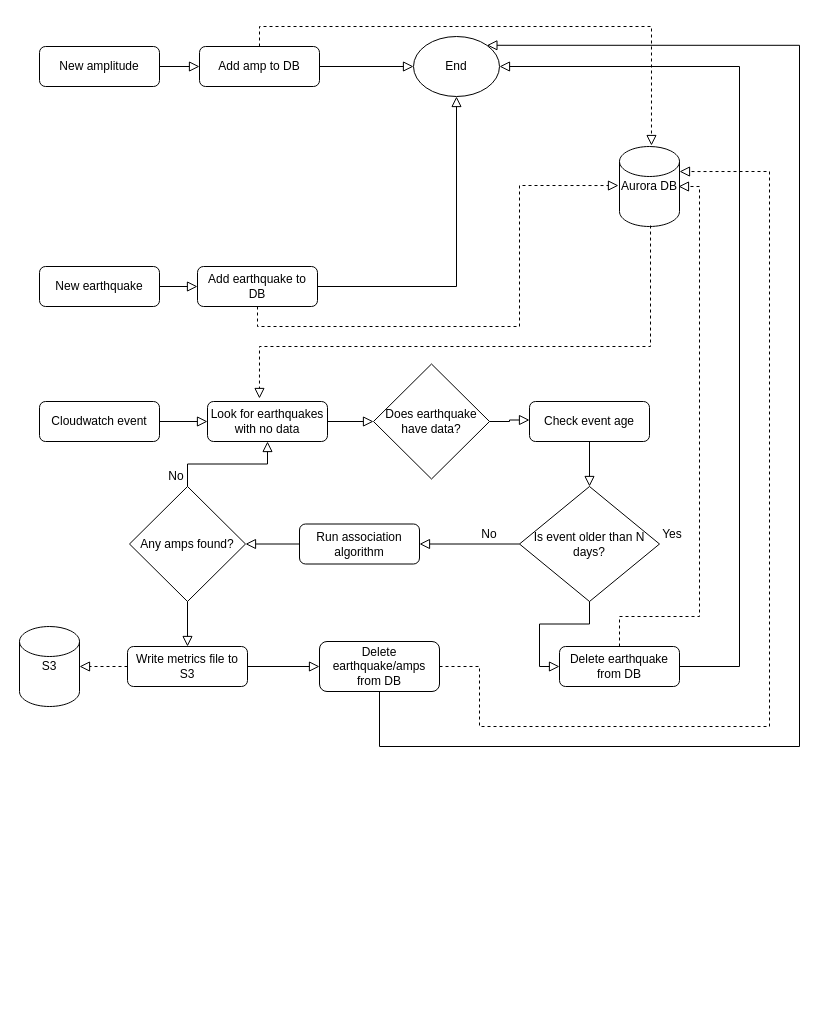
mhearne-usgs/shakemap_aws_queue keeps this draw.io diagram as amps_flowchart.drawio. Above is the earlier version. Source tidied: cells renumbered, new cells numbered last; positions are measured from the earlier drawing's top-left corner, leaving out a move shared by most shapes. Both pictures are drawn from the tidied source at 100%, with x=0, y=0 at pixel (19, 36).
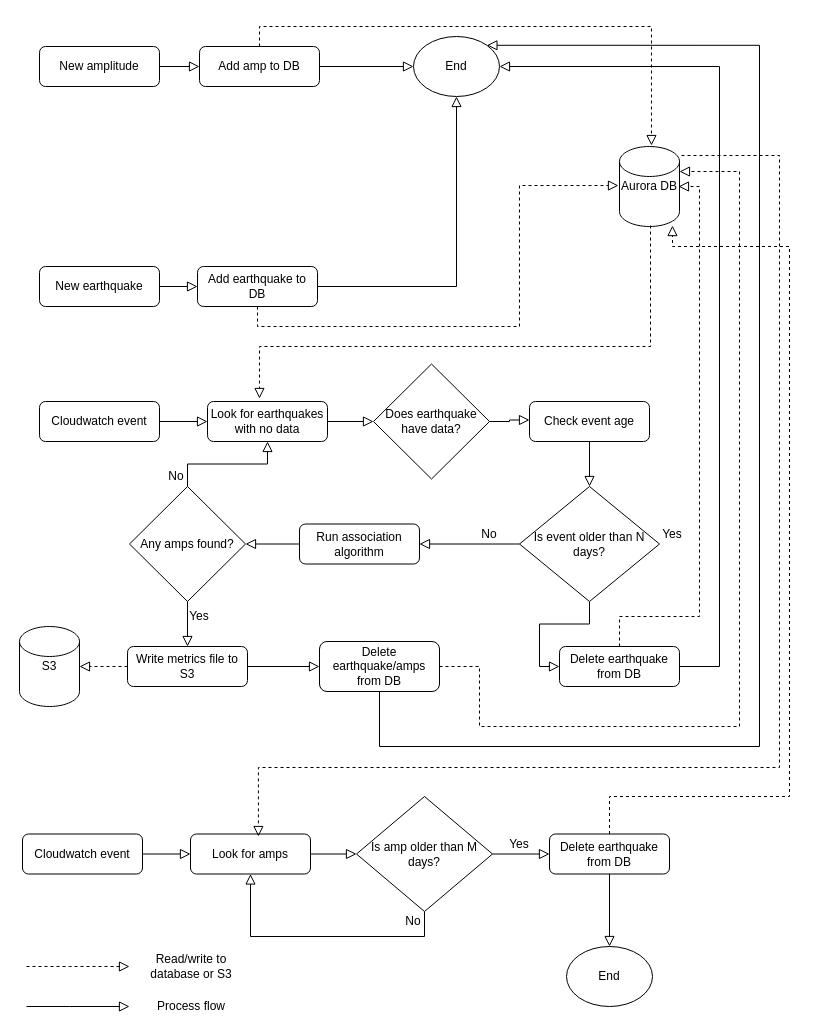
The same diagram, later.

The change refers to these unchanged cells:
```xml
<mxCell id="6" value="Aurora DB" style="shape=cylinder2;whiteSpace=wrap;html=1;boundedLbl=1;backgroundOutline=1;size=15;" parent="1" vertex="1">
  <mxGeometry x="600" y="110" width="60" height="80" as="geometry" />
</mxCell>
<mxCell id="8" value="End" style="ellipse;whiteSpace=wrap;html=1;" parent="1" vertex="1">
  <mxGeometry x="394" width="86" height="60" as="geometry" />
</mxCell>
<mxCell id="25" value="Delete earthquake from DB" style="rounded=1;whiteSpace=wrap;html=1;fontSize=12;glass=0;strokeWidth=1;shadow=0;" parent="1" vertex="1">
  <mxGeometry x="540" y="610" width="120" height="40" as="geometry" />
</mxCell>
<mxCell id="42" value="Delete earthquake/amps from DB" style="rounded=1;whiteSpace=wrap;html=1;fontSize=12;glass=0;strokeWidth=1;shadow=0;" parent="1" vertex="1">
  <mxGeometry x="300" y="605" width="120" height="50" as="geometry" />
</mxCell>
```

The edit, as a diff of the source:
```diff
@@
     <mxCell id="28" style="rounded=0;html=1;jettySize=auto;fontSize=11;endArrow=block;endFill=0;endSize=8;strokeWidth=1;shadow=0;labelBackgroundColor=none;edgeStyle=orthogonalEdgeStyle;entryX=1;entryY=0.5;entryDx=0;entryDy=0;exitX=1;exitY=0.5;exitDx=0;exitDy=0;" parent="1" edge="1" source="25" target="8">
       <mxGeometry relative="1" as="geometry">
         <Array as="points">
-          <mxPoint x="720" y="630" />
-          <mxPoint x="720" y="30" />
+          <mxPoint x="700" y="630" />
+          <mxPoint x="700" y="30" />
         </Array>
       </mxGeometry>
     </mxCell>
@@
     <mxCell id="43" style="edgeStyle=orthogonalEdgeStyle;rounded=0;html=1;jettySize=auto;fontSize=11;endArrow=block;endFill=0;endSize=8;strokeWidth=1;shadow=0;labelBackgroundColor=none;dashed=1;exitX=1;exitY=0.5;exitDx=0;exitDy=0;entryX=1;entryY=0.313;entryDx=0;entryDy=0;entryPerimeter=0;" parent="1" edge="1" source="42" target="6">
       <mxGeometry y="10" relative="1" as="geometry">
         <Array as="points">
           <mxPoint x="460" y="630" />
           <mxPoint x="460" y="690" />
-          <mxPoint x="750" y="690" />
-          <mxPoint x="750" y="135" />
+          <mxPoint x="720" y="690" />
+          <mxPoint x="720" y="135" />
         </Array>
       </mxGeometry>
     </mxCell>
     <mxCell id="44" style="rounded=0;html=1;jettySize=auto;fontSize=11;endArrow=block;endFill=0;endSize=8;strokeWidth=1;shadow=0;labelBackgroundColor=none;edgeStyle=orthogonalEdgeStyle;exitX=0.5;exitY=1;exitDx=0;exitDy=0;entryX=1;entryY=0;entryDx=0;entryDy=0;" parent="1" edge="1" source="42" target="8">
       <mxGeometry relative="1" as="geometry">
         <Array as="points">
           <mxPoint x="360" y="710" />
-          <mxPoint x="780" y="710" />
-          <mxPoint x="780" y="9" />
+          <mxPoint x="740" y="710" />
+          <mxPoint x="740" y="9" />
         </Array>
       </mxGeometry>
     </mxCell>
+    <mxCell id="45" style="group;" parent="1" vertex="1">
+      <mxGeometry x="50" y="920" width="167" height="60" as="geometry" />
+    </mxCell>
+    <mxCell id="46" style="edgeStyle=orthogonalEdgeStyle;rounded=0;html=1;jettySize=auto;orthogonalLoop=1;fontSize=11;endArrow=block;endFill=0;endSize=8;strokeWidth=1;shadow=0;labelBackgroundColor=none;dashed=1;" parent="45" edge="1">
+      <mxGeometry y="10" relative="1" as="geometry">
+        <mxPoint x="-43" y="10" as="sourcePoint" />
+        <mxPoint x="60" y="10" as="targetPoint" />
+        <Array as="points">
+          <mxPoint y="10" />
+        </Array>
+      </mxGeometry>
+    </mxCell>
+    <mxCell id="47" value="Read/write to database or S3" style="text;html=1;strokeColor=none;fillColor=none;align=center;verticalAlign=middle;whiteSpace=wrap;rounded=0;" parent="45" vertex="1">
+      <mxGeometry x="77" width="90" height="20" as="geometry" />
+    </mxCell>
+    <mxCell id="48" style="edgeStyle=orthogonalEdgeStyle;rounded=0;html=1;jettySize=auto;orthogonalLoop=1;fontSize=11;endArrow=block;endFill=0;endSize=8;strokeWidth=1;shadow=0;labelBackgroundColor=none;" parent="45" edge="1">
+      <mxGeometry y="10" relative="1" as="geometry">
+        <mxPoint x="-43" y="50" as="sourcePoint" />
+        <mxPoint x="60" y="50" as="targetPoint" />
+        <Array as="points">
+          <mxPoint y="50" />
+        </Array>
+      </mxGeometry>
+    </mxCell>
+    <mxCell id="49" value="Process flow" style="text;html=1;strokeColor=none;fillColor=none;align=center;verticalAlign=middle;whiteSpace=wrap;rounded=0;" parent="45" vertex="1">
+      <mxGeometry x="77" y="40" width="90" height="20" as="geometry" />
+    </mxCell>
+    <mxCell id="50" value="Cloudwatch event" style="rounded=1;whiteSpace=wrap;html=1;fontSize=12;glass=0;strokeWidth=1;shadow=0;" parent="1" vertex="1">
+      <mxGeometry x="3" y="797.5" width="120" height="40" as="geometry" />
+    </mxCell>
+    <mxCell id="51" style="rounded=0;html=1;jettySize=auto;fontSize=11;endArrow=block;endFill=0;endSize=8;strokeWidth=1;shadow=0;labelBackgroundColor=none;edgeStyle=orthogonalEdgeStyle;exitX=1;exitY=0.5;exitDx=0;exitDy=0;entryX=0;entryY=0.5;entryDx=0;entryDy=0;" parent="1" edge="1" source="50" target="52">
+      <mxGeometry relative="1" as="geometry" />
+    </mxCell>
+    <mxCell id="52" value="Look for amps" style="rounded=1;whiteSpace=wrap;html=1;fontSize=12;glass=0;strokeWidth=1;shadow=0;" parent="1" vertex="1">
+      <mxGeometry x="171" y="797.5" width="120" height="40" as="geometry" />
+    </mxCell>
+    <mxCell id="53" value="Is amp older than M days?" style="rhombus;whiteSpace=wrap;html=1;" parent="1" vertex="1">
+      <mxGeometry x="337" y="760" width="136" height="115" as="geometry" />
+    </mxCell>
+    <mxCell id="54" style="rounded=0;html=1;jettySize=auto;fontSize=11;endArrow=block;endFill=0;endSize=8;strokeWidth=1;shadow=0;labelBackgroundColor=none;edgeStyle=orthogonalEdgeStyle;exitX=1;exitY=0.5;exitDx=0;exitDy=0;entryX=0;entryY=0.5;entryDx=0;entryDy=0;" parent="1" edge="1" source="52" target="53">
+      <mxGeometry relative="1" as="geometry" />
+    </mxCell>
+    <mxCell id="55" style="rounded=0;html=1;jettySize=auto;fontSize=11;endArrow=block;endFill=0;endSize=8;strokeWidth=1;shadow=0;labelBackgroundColor=none;edgeStyle=orthogonalEdgeStyle;entryX=0.566;entryY=0.063;entryDx=0;entryDy=0;entryPerimeter=0;dashed=1;exitX=1.033;exitY=0.113;exitDx=0;exitDy=0;exitPerimeter=0;" parent="1" edge="1" source="6" target="52">
+      <mxGeometry relative="1" as="geometry">
+        <Array as="points">
+          <mxPoint x="760" y="119" />
+          <mxPoint x="760" y="731" />
+          <mxPoint x="239" y="731" />
+        </Array>
+      </mxGeometry>
+    </mxCell>
+    <mxCell id="56" style="rounded=0;html=1;jettySize=auto;fontSize=11;endArrow=block;endFill=0;endSize=8;strokeWidth=1;shadow=0;labelBackgroundColor=none;edgeStyle=orthogonalEdgeStyle;exitX=1;exitY=0.5;exitDx=0;exitDy=0;entryX=0;entryY=0.5;entryDx=0;entryDy=0;" parent="1" edge="1" source="53" target="59">
+      <mxGeometry relative="1" as="geometry" />
+    </mxCell>
+    <mxCell id="57" value="Yes" style="text;html=1;strokeColor=none;fillColor=none;align=center;verticalAlign=middle;whiteSpace=wrap;rounded=0;" parent="1" vertex="1">
+      <mxGeometry x="160" y="570" width="40" height="20" as="geometry" />
+    </mxCell>
+    <mxCell id="58" value="Yes" style="text;html=1;strokeColor=none;fillColor=none;align=center;verticalAlign=middle;whiteSpace=wrap;rounded=0;" parent="1" vertex="1">
+      <mxGeometry x="480" y="797.5" width="40" height="20" as="geometry" />
+    </mxCell>
+    <mxCell id="59" value="Delete earthquake from DB" style="rounded=1;whiteSpace=wrap;html=1;fontSize=12;glass=0;strokeWidth=1;shadow=0;" parent="1" vertex="1">
+      <mxGeometry x="530" y="797.5" width="120" height="40" as="geometry" />
+    </mxCell>
+    <mxCell id="60" style="edgeStyle=orthogonalEdgeStyle;rounded=0;html=1;jettySize=auto;fontSize=11;endArrow=block;endFill=0;endSize=8;strokeWidth=1;shadow=0;labelBackgroundColor=none;dashed=1;exitX=0.5;exitY=0;exitDx=0;exitDy=0;entryX=0.883;entryY=0.988;entryDx=0;entryDy=0;entryPerimeter=0;" parent="1" edge="1" source="59" target="6">
+      <mxGeometry y="10" relative="1" as="geometry">
+        <Array as="points">
+          <mxPoint x="590" y="760" />
+          <mxPoint x="770" y="760" />
+          <mxPoint x="770" y="210" />
+          <mxPoint x="653" y="210" />
+        </Array>
+      </mxGeometry>
+    </mxCell>
+    <mxCell id="61" value="End" style="ellipse;whiteSpace=wrap;html=1;" parent="1" vertex="1">
+      <mxGeometry x="547" y="910" width="86" height="60" as="geometry" />
+    </mxCell>
+    <mxCell id="62" style="rounded=0;html=1;jettySize=auto;fontSize=11;endArrow=block;endFill=0;endSize=8;strokeWidth=1;shadow=0;labelBackgroundColor=none;edgeStyle=orthogonalEdgeStyle;exitX=0.5;exitY=1;exitDx=0;exitDy=0;entryX=0.5;entryY=0;entryDx=0;entryDy=0;" parent="1" edge="1" source="59" target="61">
+      <mxGeometry relative="1" as="geometry" />
+    </mxCell>
+    <mxCell id="63" style="rounded=0;html=1;jettySize=auto;fontSize=11;endArrow=block;endFill=0;endSize=8;strokeWidth=1;shadow=0;labelBackgroundColor=none;edgeStyle=orthogonalEdgeStyle;exitX=0.5;exitY=1;exitDx=0;exitDy=0;entryX=0.5;entryY=1;entryDx=0;entryDy=0;" parent="1" edge="1" source="53" target="52">
+      <mxGeometry relative="1" as="geometry">
+        <Array as="points">
+          <mxPoint x="405" y="900" />
+          <mxPoint x="231" y="900" />
+        </Array>
+      </mxGeometry>
+    </mxCell>
+    <mxCell id="64" value="No" style="text;html=1;strokeColor=none;fillColor=none;align=center;verticalAlign=middle;whiteSpace=wrap;rounded=0;" parent="1" vertex="1">
+      <mxGeometry x="374" y="875" width="40" height="20" as="geometry" />
+    </mxCell>
```
